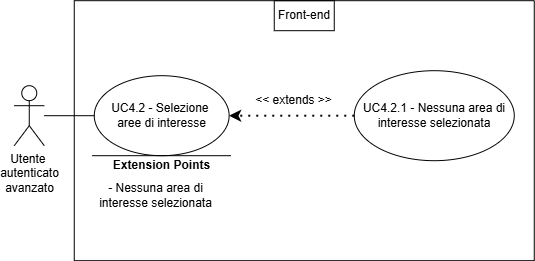
SkarabGroup/DocumentazioneProgetto keeps this draw.io diagram as assets/diagrams/UC4_2.png. Above is the earlier version. Source tidied: cells renumbered, new cells last; positions are measured from the earlier drawing's top-left corner, leaving out a move shared by most shapes.
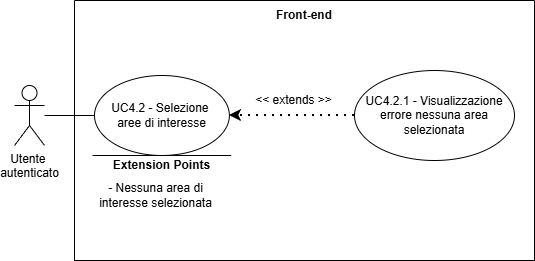
After the change.

The edit, as a diff of the source:
```diff
@@ -2,7 +2,7 @@
   <root>
     <mxCell id="0" />
     <mxCell id="1" parent="0" />
-    <mxCell id="2" value="&lt;div&gt;Utente&amp;nbsp;&lt;/div&gt;&lt;div&gt;autenticato&lt;/div&gt;&lt;div&gt;avanzato&lt;/div&gt;" style="shape=umlActor;verticalLabelPosition=bottom;verticalAlign=top;html=1;outlineConnect=0;" parent="1" vertex="1">
+    <mxCell id="2" value="&lt;div&gt;Utente&amp;nbsp;&lt;/div&gt;&lt;div&gt;autenticato&lt;/div&gt;" style="shape=umlActor;verticalLabelPosition=bottom;verticalAlign=top;html=1;outlineConnect=0;" parent="1" vertex="1">
       <mxGeometry x="-0.2" y="85.2" width="30" height="60" as="geometry" />
     </mxCell>
     <mxCell id="3" style="swimlane;startSize=0;" parent="1" vertex="1">
@@ -11,7 +11,7 @@
     <mxCell id="4" value="&lt;div&gt;UC4.2 - Selezione&amp;nbsp;&lt;/div&gt;&lt;div&gt;aree di interesse&lt;/div&gt;" style="ellipse;whiteSpace=wrap;html=1;" parent="3" vertex="1">
       <mxGeometry x="20" y="75" width="134.9" height="80" as="geometry" />
     </mxCell>
-    <mxCell id="5" value="UC4.2.1 - Nessuna area di interesse selezionata" style="ellipse;whiteSpace=wrap;html=1;" parent="3" vertex="1">
+    <mxCell id="5" value="UC4.2.1 - Visualizzazione errore nessuna area selezionata" style="ellipse;whiteSpace=wrap;html=1;" parent="3" vertex="1">
       <mxGeometry x="280" y="70" width="160" height="90" as="geometry" />
     </mxCell>
     <mxCell id="6" style="endArrow=classic;dashed=1;html=1;dashPattern=1 3;strokeWidth=2;rounded=0;entryX=1;entryY=0.5;entryDx=0;entryDy=0;exitX=0;exitY=0.5;exitDx=0;exitDy=0;strokeColor=default;curved=0;endFill=1;endSize=6;" parent="3" edge="1" source="5" target="4">
@@ -32,7 +32,7 @@
     <mxCell id="10" value="&lt;div align=&quot;center&quot;&gt;- Nessuna area di interesse selezionata&lt;/div&gt;" style="text;html=1;whiteSpace=wrap;strokeColor=none;fillColor=none;align=center;verticalAlign=middle;rounded=0;" parent="3" vertex="1">
       <mxGeometry x="7.9" y="155" width="147" height="80" as="geometry" />
     </mxCell>
-    <mxCell id="11" value="Front-end" style="text;html=1;whiteSpace=wrap;strokeColor=default;fillColor=none;align=center;verticalAlign=middle;rounded=0;perimeterSpacing=1;" parent="3" vertex="1">
+    <mxCell id="11" value="Front-end" style="text;html=1;whiteSpace=wrap;strokeColor=none;fillColor=none;align=center;verticalAlign=middle;rounded=0;perimeterSpacing=1;fontStyle=1;" parent="3" vertex="1">
       <mxGeometry x="200" width="60" height="30" as="geometry" />
     </mxCell>
     <mxCell id="12" style="endArrow=none;html=1;rounded=0;entryX=0;entryY=0.5;entryDx=0;entryDy=0;" parent="1" edge="1" source="2" target="4">
```
